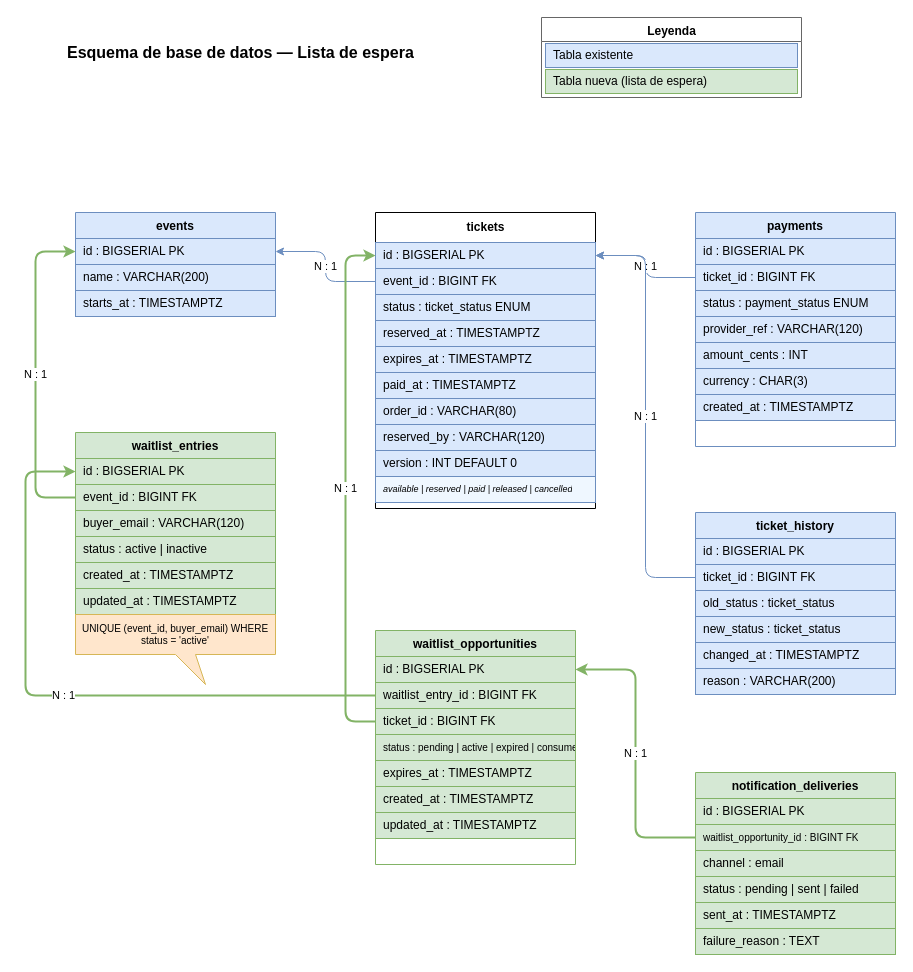
Above: docs/Features/Feature1/drawio/bd_esquema.drawio in Jomruizgo/ticketing_project_week1 (draw.io), before the change. Source tidied: cells renumbered, new cells numbered last; positions are measured from the earlier drawing's top-left corner, leaving out a move shared by most shapes. Both pictures are drawn from the tidied source at 100%, with x=0, y=0 at pixel (25, 17).
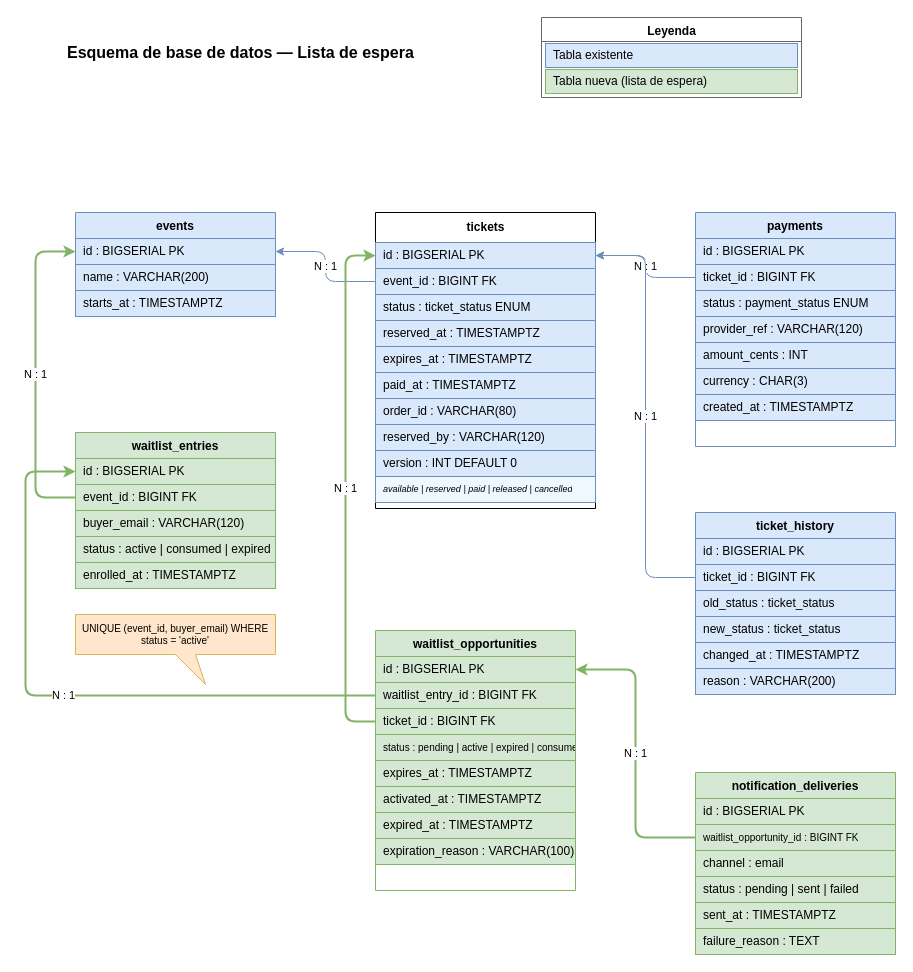
The same diagram, later.

What changed in the source:
```diff
@@
     <mxCell id="37" value="waitlist_entries" style="swimlane;fontStyle=1;align=center;startSize=26;fillColor=#d5e8d4;strokeColor=#82b366;" parent="1" vertex="1">
-      <mxGeometry x="50" y="415" width="200" height="182" as="geometry" />
+      <mxGeometry x="50" y="415" width="200" height="156" as="geometry" />
     </mxCell>
@@
-    <mxCell id="41" value="status : active | inactive" style="text;html=1;strokeColor=#82b366;fillColor=#d5e8d4;align=left;verticalAlign=middle;spacingLeft=6;overflow=hidden;" parent="37" vertex="1">
+    <mxCell id="41" value="status : active | consumed | expired" style="text;html=1;strokeColor=#82b366;fillColor=#d5e8d4;align=left;verticalAlign=middle;spacingLeft=6;overflow=hidden;" parent="37" vertex="1">
       <mxGeometry y="104" width="200" height="26" as="geometry" />
     </mxCell>
-    <mxCell id="42" value="created_at : TIMESTAMPTZ" style="text;html=1;strokeColor=#82b366;fillColor=#d5e8d4;align=left;verticalAlign=middle;spacingLeft=6;overflow=hidden;" parent="37" vertex="1">
+    <mxCell id="42" value="enrolled_at : TIMESTAMPTZ" style="text;html=1;strokeColor=#82b366;fillColor=#d5e8d4;align=left;verticalAlign=middle;spacingLeft=6;overflow=hidden;" parent="37" vertex="1">
       <mxGeometry y="130" width="200" height="26" as="geometry" />
     </mxCell>
-    <mxCell id="43" value="updated_at : TIMESTAMPTZ" style="text;html=1;strokeColor=#82b366;fillColor=#d5e8d4;align=left;verticalAlign=middle;spacingLeft=6;overflow=hidden;" parent="37" vertex="1">
-      <mxGeometry y="156" width="200" height="26" as="geometry" />
-    </mxCell>
     <mxCell id="44" value="waitlist_opportunities" style="swimlane;fontStyle=1;align=center;startSize=26;fillColor=#d5e8d4;strokeColor=#82b366;" parent="1" vertex="1">
-      <mxGeometry x="350" y="613" width="200" height="234" as="geometry" />
+      <mxGeometry x="350" y="613" width="200" height="260" as="geometry" />
     </mxCell>
@@
-    <mxCell id="50" value="created_at : TIMESTAMPTZ" style="text;html=1;strokeColor=#82b366;fillColor=#d5e8d4;align=left;verticalAlign=middle;spacingLeft=6;overflow=hidden;" parent="44" vertex="1">
+    <mxCell id="50" value="activated_at : TIMESTAMPTZ" style="text;html=1;strokeColor=#82b366;fillColor=#d5e8d4;align=left;verticalAlign=middle;spacingLeft=6;overflow=hidden;" parent="44" vertex="1">
       <mxGeometry y="156" width="200" height="26" as="geometry" />
     </mxCell>
-    <mxCell id="51" value="updated_at : TIMESTAMPTZ" style="text;html=1;strokeColor=#82b366;fillColor=#d5e8d4;align=left;verticalAlign=middle;spacingLeft=6;overflow=hidden;" parent="44" vertex="1">
-      <mxGeometry y="182" width="200" height="26" as="geometry" />
-    </mxCell>
+    <mxCell id="67" value="expired_at : TIMESTAMPTZ" style="text;html=1;strokeColor=#82b366;fillColor=#d5e8d4;align=left;verticalAlign=middle;spacingLeft=6;overflow=hidden;" parent="44" vertex="1">
+      <mxGeometry y="182" width="200" height="26" as="geometry" />
+    </mxCell>
+    <mxCell id="68" value="expiration_reason : VARCHAR(100)" style="text;html=1;strokeColor=#82b366;fillColor=#d5e8d4;align=left;verticalAlign=middle;spacingLeft=6;overflow=hidden;" parent="44" vertex="1">
+      <mxGeometry y="208" width="200" height="26" as="geometry" />
+    </mxCell>
```
